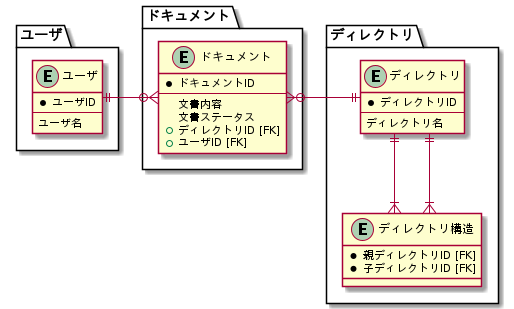
Before: database/31_modeling3/assets/docs.png, a diagram exported from PlantUML (shimopino/praha-challenges). Source of this version:
```plantuml
@startuml docs

skinparam linetype ortho

package ユーザ {
    entity ユーザ {
        * ユーザID
        ---
        ユーザ名
    }
}

package ドキュメント {
    entity ドキュメント {
        * ドキュメントID
        ---
        文書内容
        文書ステータス
        + ディレクトリID [FK]
        + ユーザID [FK]
    }
}

package ディレクトリ {
    entity ディレクトリ {
        * ディレクトリID
        --
        ディレクトリ名
    }

    entity ディレクトリ構造 {
        * 親ディレクトリID [FK]
        * 子ディレクトリID [FK]
    }

    ディレクトリ ||--|{ ディレクトリ構造
    ディレクトリ ||--|{ ディレクトリ構造
}

ユーザ ||-ri-o{ ドキュメント
ドキュメント }o-ri-|| ディレクトリ

@enduml
```
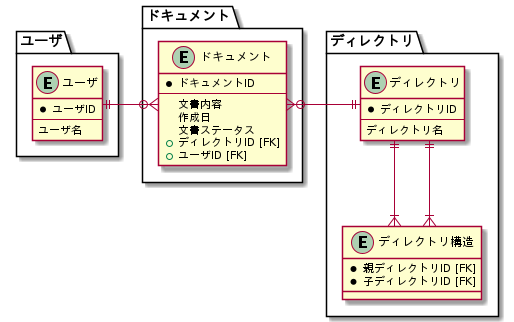
After the change.

Change to the diagram source:
```diff
@@ -15,6 +15,7 @@
         * ドキュメントID
         ---
         文書内容
+        作成日
         文書ステータス
         + ディレクトリID [FK]
         + ユーザID [FK]
```
